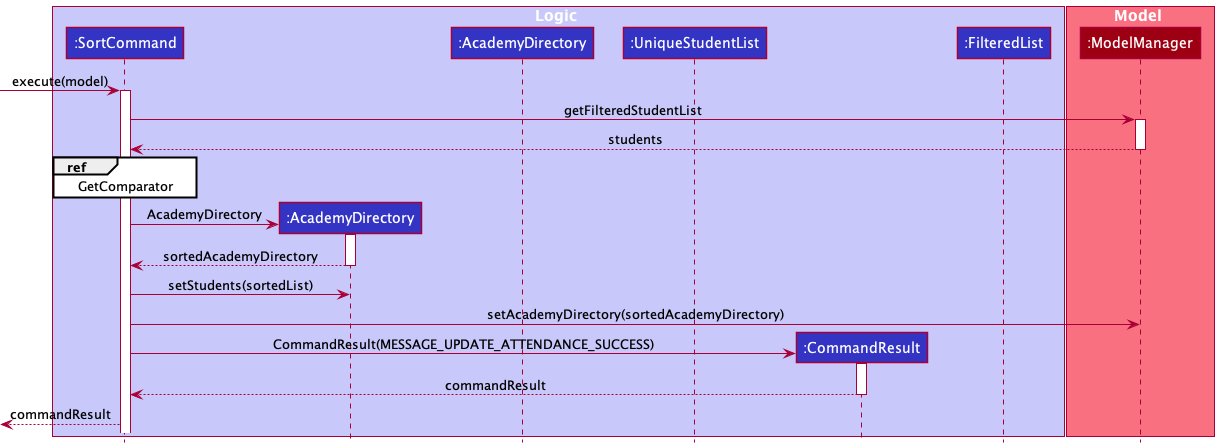
This is docs/images/logic/commands/sortcommand/SortCommandSequenceDiagram.png from nus-cs2103-AY2122S1/tp, a PlantUML export, as it was before one commit.
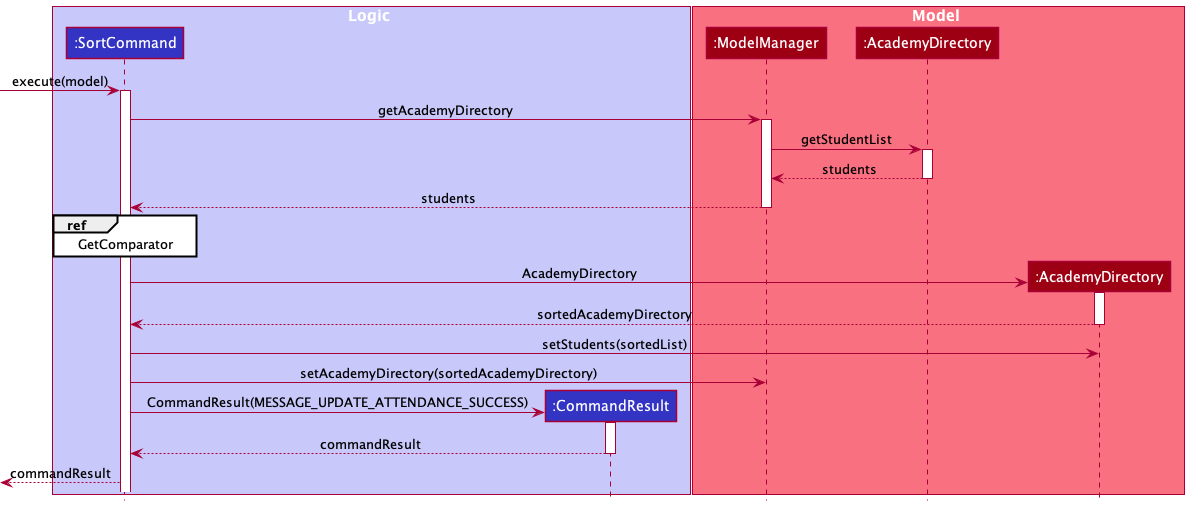
The same file after the commit.

Commit message:
Update SortCommand UMLs

The edit, as a diff of the source:
```diff
@@ -3,20 +3,20 @@
 
 box Logic LOGIC_COLOR_T1
 Participant ":SortCommand" as sc LOGIC_COLOR
-Participant ":AcademyDirectory" as ad LOGIC_COLOR
-Participant ":AcademyDirectory" as mad LOGIC_COLOR
-Participant ":UniqueStudentList" as musl LOGIC_COLOR
 Participant ":CommandResult" as cr LOGIC_COLOR
-Participant ":FilteredList" as fl LOGIC_COLOR
 end box
 
 box Model MODEL_COLOR_T1
 Participant ":ModelManager" as mm MODEL_COLOR
+Participant ":AcademyDirectory" as mad MODEL_COLOR
+Participant ":AcademyDirectory" as ad MODEL_COLOR
 end box
 
 [-> sc : execute(model)
 activate sc
-sc -> mm ++: getFilteredStudentList
+sc -> mm ++: getAcademyDirectory
+mm -> mad ++ : getStudentList
+mad --> mm -- : students
 mm --> sc --: students
 ref over sc : GetComparator
 
```
